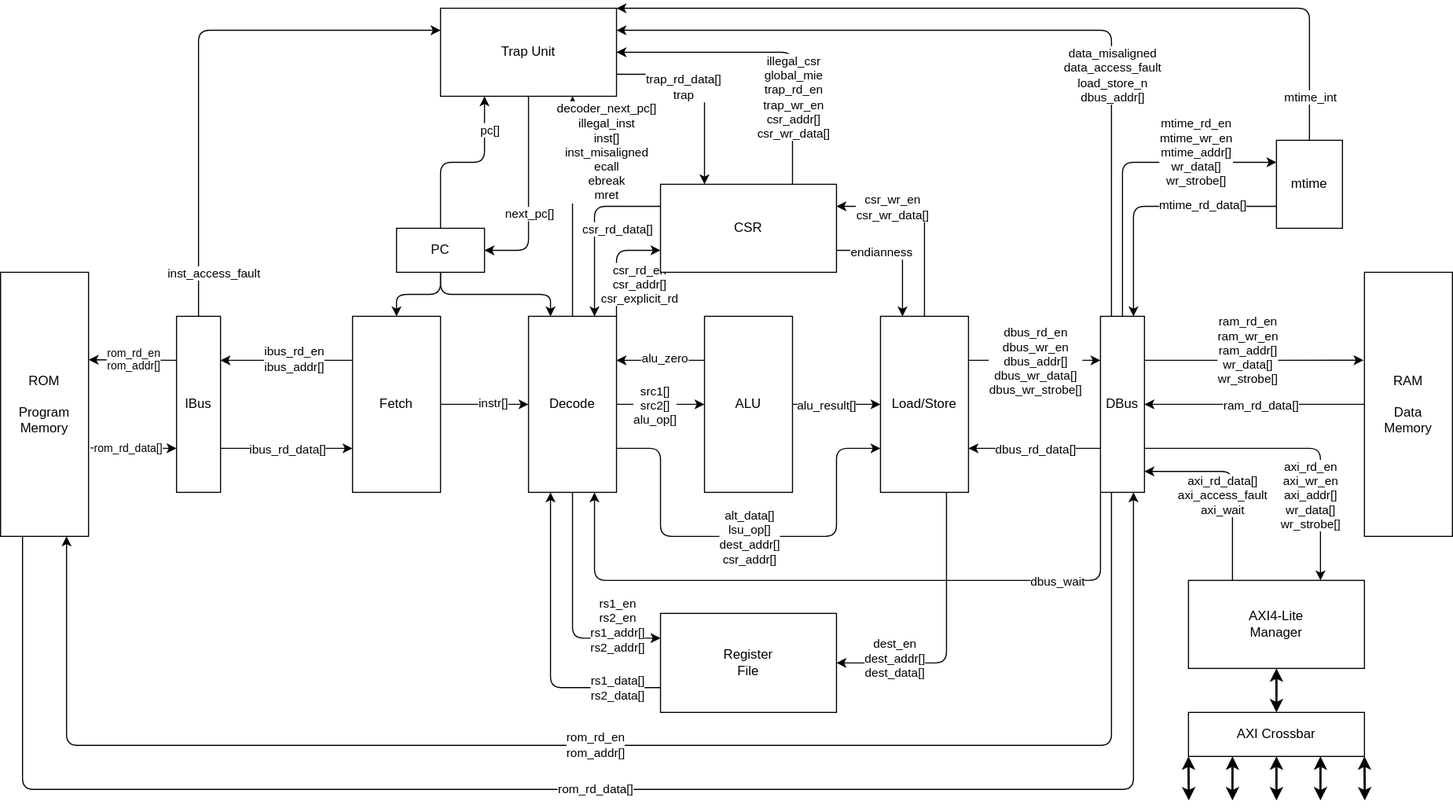
Earlier version of the draw.io export docs/figures/BlockDiagram.drawio.svg (dhad4g/Lexington). Source tidied: cells renumbered, new cells last; positions are measured from the earlier drawing's top-left corner, leaving out a move shared by most shapes.
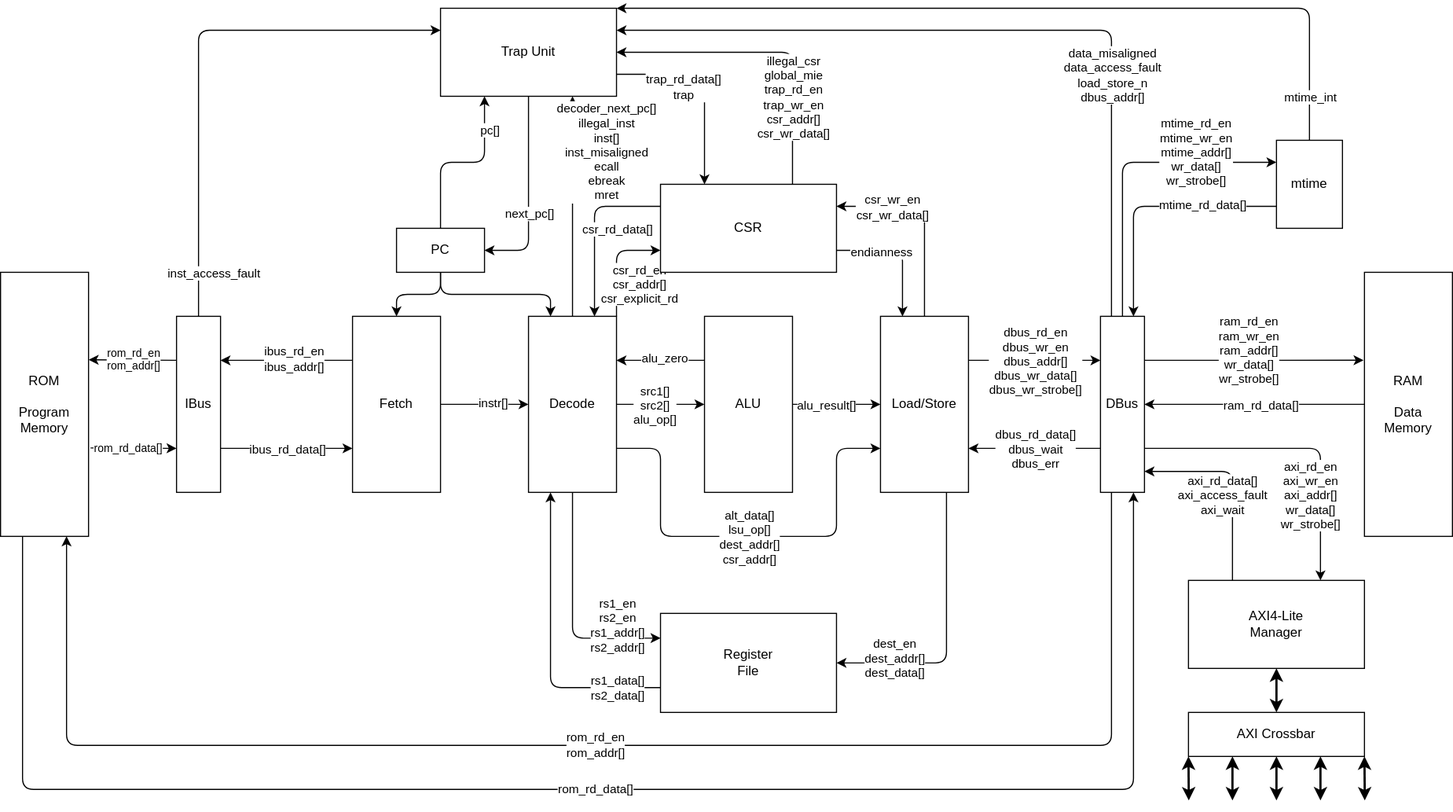
Above is the later version.

What changed in the source:
```diff
@@ -167,19 +167,6 @@
         <mxPoint x="-3" y="-9" as="offset" />
       </mxGeometry>
     </mxCell>
-    <mxCell id="39" style="edgeStyle=orthogonalEdgeStyle;html=1;exitX=0;exitY=1;exitDx=0;exitDy=0;entryX=0.75;entryY=1;entryDx=0;entryDy=0;strokeWidth=1;startArrow=none;startFill=0;" parent="1" edge="1" source="89" target="20">
-      <mxGeometry relative="1" as="geometry">
-        <Array as="points">
-          <mxPoint x="1000" y="520" />
-          <mxPoint x="540" y="520" />
-        </Array>
-      </mxGeometry>
-    </mxCell>
-    <mxCell id="40" value="dbus_wait" style="edgeLabel;html=1;align=center;verticalAlign=middle;" parent="39" vertex="1">
-      <mxGeometry x="-0.4" y="1" relative="1" as="geometry">
-        <mxPoint x="66" y="-1" as="offset" />
-      </mxGeometry>
-    </mxCell>
     <mxCell id="41" style="edgeStyle=none;html=1;exitX=1;exitY=0.25;exitDx=0;exitDy=0;entryX=0;entryY=0.25;entryDx=0;entryDy=0;" parent="1" edge="1" source="43" target="89">
       <mxGeometry relative="1" as="geometry" />
     </mxCell>
@@ -368,7 +355,7 @@
     <mxCell id="87" style="edgeStyle=none;html=1;exitX=0;exitY=0.75;exitDx=0;exitDy=0;entryX=1;entryY=0.75;entryDx=0;entryDy=0;" parent="1" edge="1" source="89" target="43">
       <mxGeometry relative="1" as="geometry" />
     </mxCell>
-    <mxCell id="88" value="dbus_rd_data[]" style="edgeLabel;html=1;align=center;verticalAlign=middle;" parent="87" vertex="1">
+    <mxCell id="88" value="dbus_rd_data[]&lt;br&gt;dbus_wait&lt;br&gt;dbus_err" style="edgeLabel;html=1;align=center;verticalAlign=middle;" parent="87" vertex="1">
       <mxGeometry x="-0.31" relative="1" as="geometry">
         <mxPoint x="-19" as="offset" />
       </mxGeometry>
```
